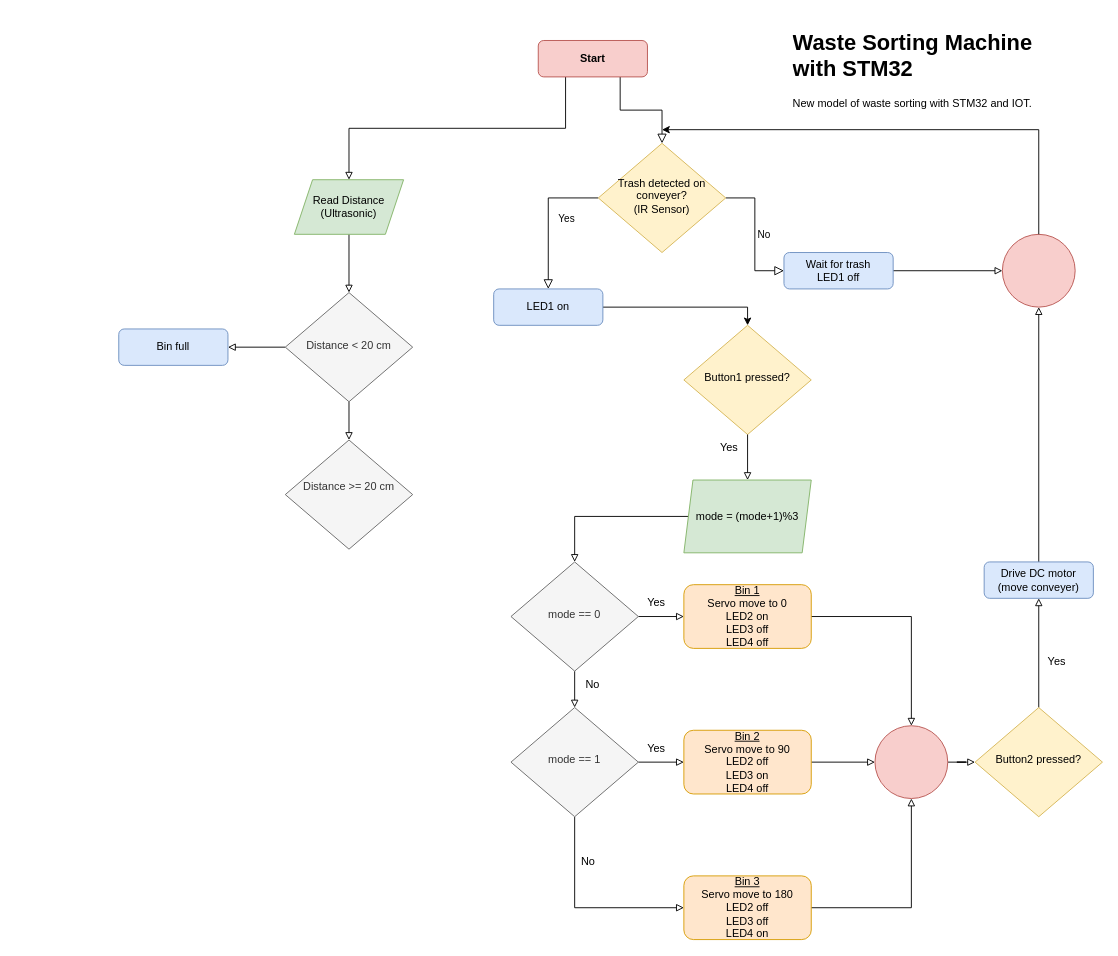
This is Untitled Diagram.drawio from SarmSKunatham/IOTSTM32, a draw.io file, before an edit. Source tidied: cells renumbered, new cells numbered last; positions are measured from the earlier drawing's top-left corner, leaving out a move shared by most shapes. Both pictures are drawn from the tidied source at 91%, with x=0, y=0 at pixel (118, 25).
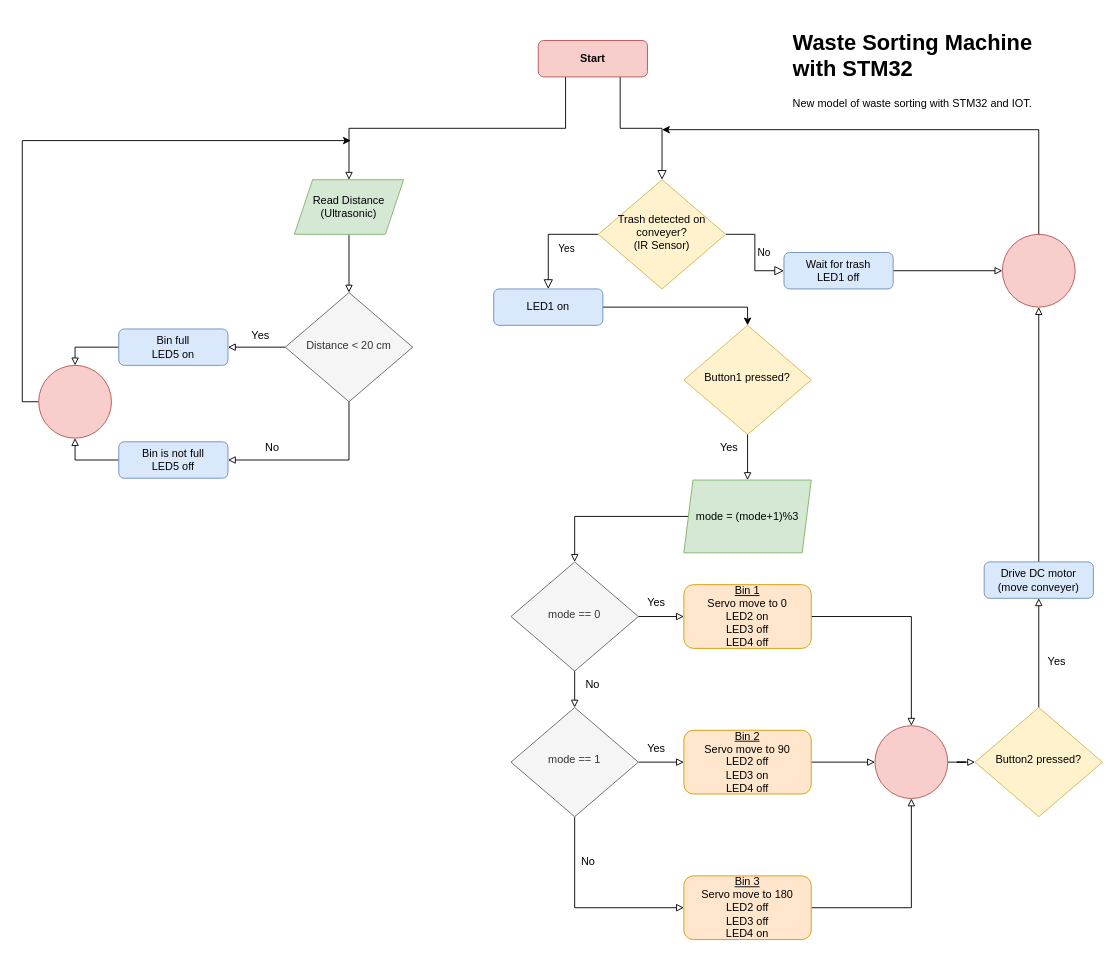
Above is the later version.

Unchanged cells that the change refers to:
```xml
<mxCell id="11" value="LED1 on" style="rounded=1;whiteSpace=wrap;html=1;fontSize=12;fillColor=#dae8fc;strokeColor=#6c8ebf;" parent="1" vertex="1">
  <mxGeometry x="412" y="290" width="120" height="40" as="geometry" />
</mxCell>
<mxCell id="47" value="&lt;div style=&quot;&quot;&gt;Distance &amp;lt; 20 cm&lt;/div&gt;" style="rhombus;whiteSpace=wrap;html=1;shadow=0;fontFamily=Helvetica;fontSize=12;align=center;strokeWidth=1;spacing=6;spacingTop=-4;fillColor=#f5f5f5;strokeColor=#666666;fontColor=#333333;" parent="1" vertex="1">
  <mxGeometry x="183" y="294" width="140" height="120" as="geometry" />
</mxCell>
```

What changed in the source:
```diff
@@
     <mxCell id="5" value="Yes" style="rounded=0;html=1;jettySize=auto;fontSize=11;endArrow=block;endFill=0;endSize=8;strokeWidth=1;shadow=0;labelBackgroundColor=none;edgeStyle=orthogonalEdgeStyle;entryX=0.5;entryY=0;entryDx=0;entryDy=0;exitX=0;exitY=0.5;exitDx=0;exitDy=0;" parent="1" edge="1" source="7" target="11">
-      <mxGeometry y="20" relative="1" as="geometry" />
+      <mxGeometry x="-0.39" y="16" relative="1" as="geometry" />
     </mxCell>
@@
     <mxCell id="7" value="&lt;div style=&quot;&quot;&gt;&lt;span style=&quot;background-color: initial;&quot;&gt;Trash detected on conveyer?&lt;/span&gt;&lt;/div&gt;&lt;div style=&quot;&quot;&gt;(IR Sensor)&lt;/div&gt;" style="rhombus;whiteSpace=wrap;html=1;shadow=0;fontFamily=Helvetica;fontSize=12;align=center;strokeWidth=1;spacing=6;spacingTop=-4;fillColor=#fff2cc;strokeColor=#d6b656;" parent="1" vertex="1">
-      <mxGeometry x="527" y="130" width="140" height="120" as="geometry" />
+      <mxGeometry x="527" y="170" width="140" height="120" as="geometry" />
     </mxCell>
@@
-    <mxCell id="46" style="edgeStyle=orthogonalEdgeStyle;rounded=0;jettySize=auto;html=1;fontSize=12;startArrow=none;startFill=0;endArrow=block;endFill=0;" parent="1" edge="1" source="47" target="48">
-      <mxGeometry relative="1" as="geometry" />
-    </mxCell>
@@
-    <mxCell id="48" value="&lt;div style=&quot;&quot;&gt;&lt;span style=&quot;background-color: initial;&quot;&gt;Distance &amp;gt;= 20 cm&lt;/span&gt;&lt;br&gt;&lt;/div&gt;&lt;div style=&quot;&quot;&gt;&lt;span style=&quot;background-color: initial;&quot;&gt;&lt;br&gt;&lt;/span&gt;&lt;/div&gt;" style="rhombus;whiteSpace=wrap;html=1;shadow=0;fontFamily=Helvetica;fontSize=12;align=center;strokeWidth=1;spacing=6;spacingTop=-4;fillColor=#f5f5f5;strokeColor=#666666;fontColor=#333333;" parent="1" vertex="1">
-      <mxGeometry x="183" y="456" width="140" height="120" as="geometry" />
-    </mxCell>
+    <mxCell id="50" style="edgeStyle=orthogonalEdgeStyle;rounded=0;jettySize=auto;html=1;fontSize=12;startArrow=none;startFill=0;endArrow=block;endFill=0;exitX=0.5;exitY=1;exitDx=0;exitDy=0;" parent="1" edge="1" source="47" target="53">
+      <mxGeometry relative="1" as="geometry">
+        <Array as="points">
+          <mxPoint x="253" y="478" />
+        </Array>
+      </mxGeometry>
+    </mxCell>
+    <mxCell id="51" style="edgeStyle=orthogonalEdgeStyle;rounded=0;jettySize=auto;html=1;entryX=0.5;entryY=0;entryDx=0;entryDy=0;fontSize=12;startArrow=none;startFill=0;endArrow=block;endFill=0;" parent="1" edge="1" source="49" target="57">
+      <mxGeometry relative="1" as="geometry" />
+    </mxCell>
-    <mxCell id="49" value="Bin full" style="rounded=1;whiteSpace=wrap;html=1;fontSize=12;fillColor=#dae8fc;strokeColor=#6c8ebf;" parent="1" vertex="1">
+    <mxCell id="49" value="Bin full&lt;br&gt;LED5 on" style="rounded=1;whiteSpace=wrap;html=1;fontSize=12;fillColor=#dae8fc;strokeColor=#6c8ebf;" parent="1" vertex="1">
       <mxGeometry y="334" width="120" height="40" as="geometry" />
     </mxCell>
+    <mxCell id="52" style="edgeStyle=orthogonalEdgeStyle;rounded=0;jettySize=auto;html=1;entryX=0.5;entryY=1;entryDx=0;entryDy=0;fontSize=12;startArrow=none;startFill=0;endArrow=block;endFill=0;" parent="1" edge="1" source="53" target="57">
+      <mxGeometry relative="1" as="geometry" />
+    </mxCell>
+    <mxCell id="53" value="Bin is not full&lt;br&gt;LED5 off" style="rounded=1;whiteSpace=wrap;html=1;fontSize=12;fillColor=#dae8fc;strokeColor=#6c8ebf;" parent="1" vertex="1">
+      <mxGeometry y="458" width="120" height="40" as="geometry" />
+    </mxCell>
+    <mxCell id="54" value="Yes" style="text;html=1;strokeColor=none;fillColor=none;align=center;verticalAlign=middle;whiteSpace=wrap;rounded=0;fontSize=12;" parent="1" vertex="1">
+      <mxGeometry x="126" y="327" width="60" height="30" as="geometry" />
+    </mxCell>
+    <mxCell id="55" value="No" style="text;html=1;strokeColor=none;fillColor=none;align=center;verticalAlign=middle;whiteSpace=wrap;rounded=0;fontSize=12;" parent="1" vertex="1">
+      <mxGeometry x="139" y="450" width="60" height="30" as="geometry" />
+    </mxCell>
+    <mxCell id="56" style="edgeStyle=orthogonalEdgeStyle;rounded=0;jettySize=auto;html=1;fontSize=12;startArrow=none;startFill=0;endArrow=classic;endFill=1;" parent="1" edge="1" source="57">
+      <mxGeometry relative="1" as="geometry">
+        <mxPoint x="255" y="127" as="targetPoint" />
+        <Array as="points">
+          <mxPoint x="-106" y="414" />
+          <mxPoint x="-106" y="127" />
+        </Array>
+      </mxGeometry>
+    </mxCell>
+    <mxCell id="57" style="ellipse;whiteSpace=wrap;html=1;fontSize=12;fillColor=#f8cecc;strokeColor=#b85450;" parent="1" vertex="1">
+      <mxGeometry x="-88" y="374" width="80" height="80" as="geometry" />
+    </mxCell>
```
